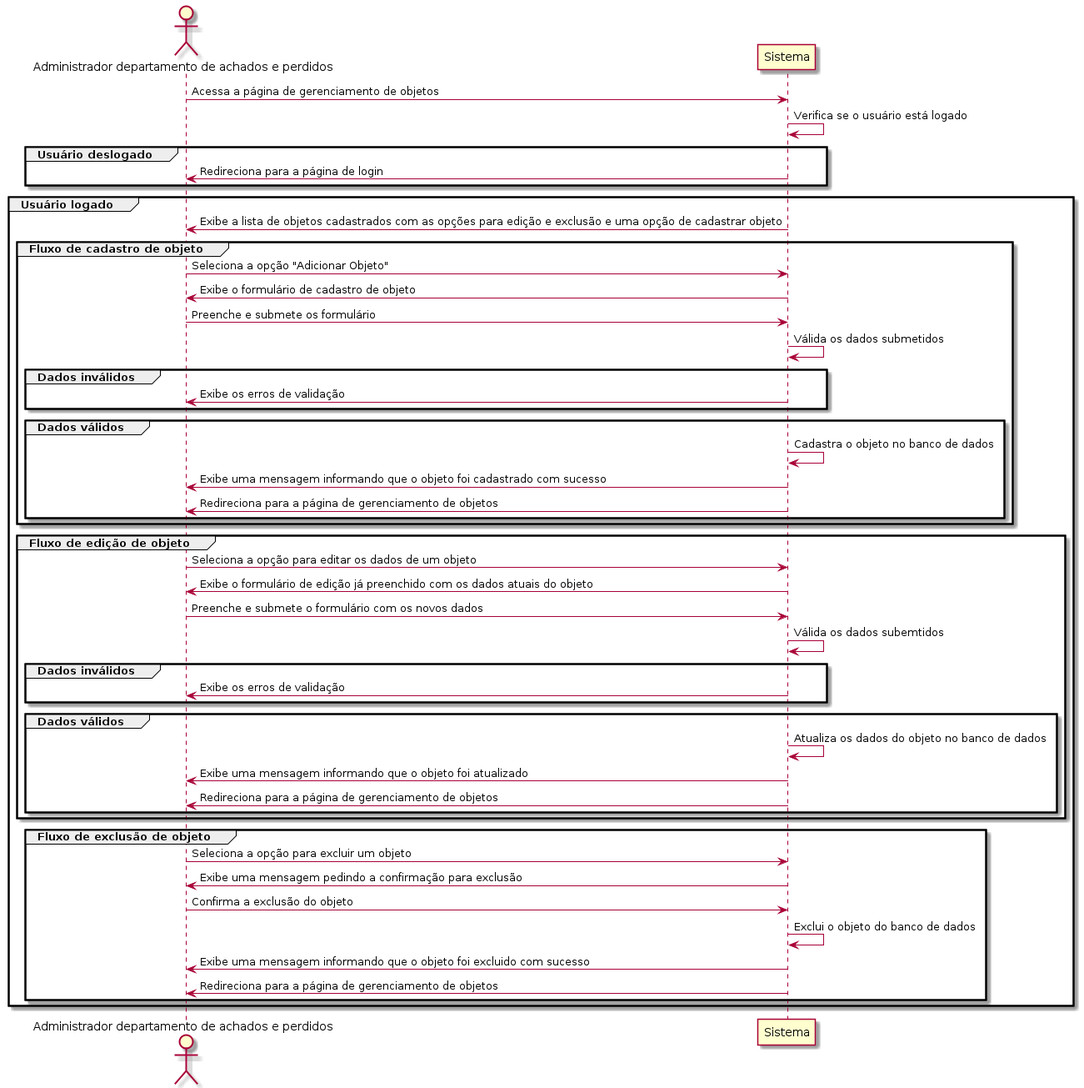
Above: out/casos-de-uso/administrador/RAP02/RAP02.png in treinaweb/desafio-achados-e-perdidos (PlantUML), before the change.
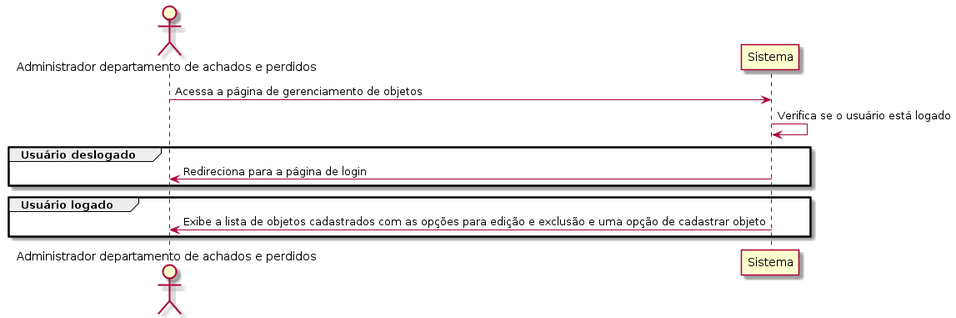
Later version of the same file.

Commit message:
atualiza caso de uso RAP02

What changed in the source:
```diff
@@ -12,49 +12,6 @@
 
 group Usuário logado
   sistema -> admin: Exibe a lista de objetos cadastrados com as opções para edição e exclusão e uma opção de cadastrar objeto
-
-  group Fluxo de cadastro de objeto
-    admin -> sistema: Seleciona a opção "Adicionar Objeto"
-    sistema -> admin: Exibe o formulário de cadastro de objeto
-    admin -> sistema: Preenche e submete os formulário
-    sistema -> sistema: Válida os dados submetidos
-
-    group Dados inválidos
-      sistema -> admin: Exibe os erros de validação
-    end
-
-    group Dados válidos
-      sistema -> sistema: Cadastra o objeto no banco de dados
-      sistema -> admin: Exibe uma mensagem informando que o objeto foi cadastrado com sucesso
-      sistema -> admin: Redireciona para a página de gerenciamento de objetos
-    end
-  end
-
-  group Fluxo de edição de objeto
-    admin -> sistema: Seleciona a opção para editar os dados de um objeto
-    sistema -> admin: Exibe o formulário de edição já preenchido com os dados atuais do objeto
-    admin -> sistema: Preenche e submete o formulário com os novos dados
-    sistema -> sistema: Válida os dados subemtidos
-
-    group Dados inválidos
-      sistema -> admin: Exibe os erros de validação
-    end
-
-    group Dados válidos
-      sistema -> sistema: Atualiza os dados do objeto no banco de dados
-      sistema -> admin: Exibe uma mensagem informando que o objeto foi atualizado
-      sistema -> admin: Redireciona para a página de gerenciamento de objetos
-    end
-  end
-
-  group Fluxo de exclusão de objeto
-    admin -> sistema: Seleciona a opção para excluir um objeto
-    sistema -> admin: Exibe uma mensagem pedindo a confirmação para exclusão
-    admin -> sistema: Confirma a exclusão do objeto
-    sistema -> sistema: Exclui o objeto do banco de dados
-    sistema -> admin: Exibe uma mensagem informando que o objeto foi excluido com sucesso
-    sistema -> admin: Redireciona para a página de gerenciamento de objetos
-  end
 end
 
 @enduml
```
